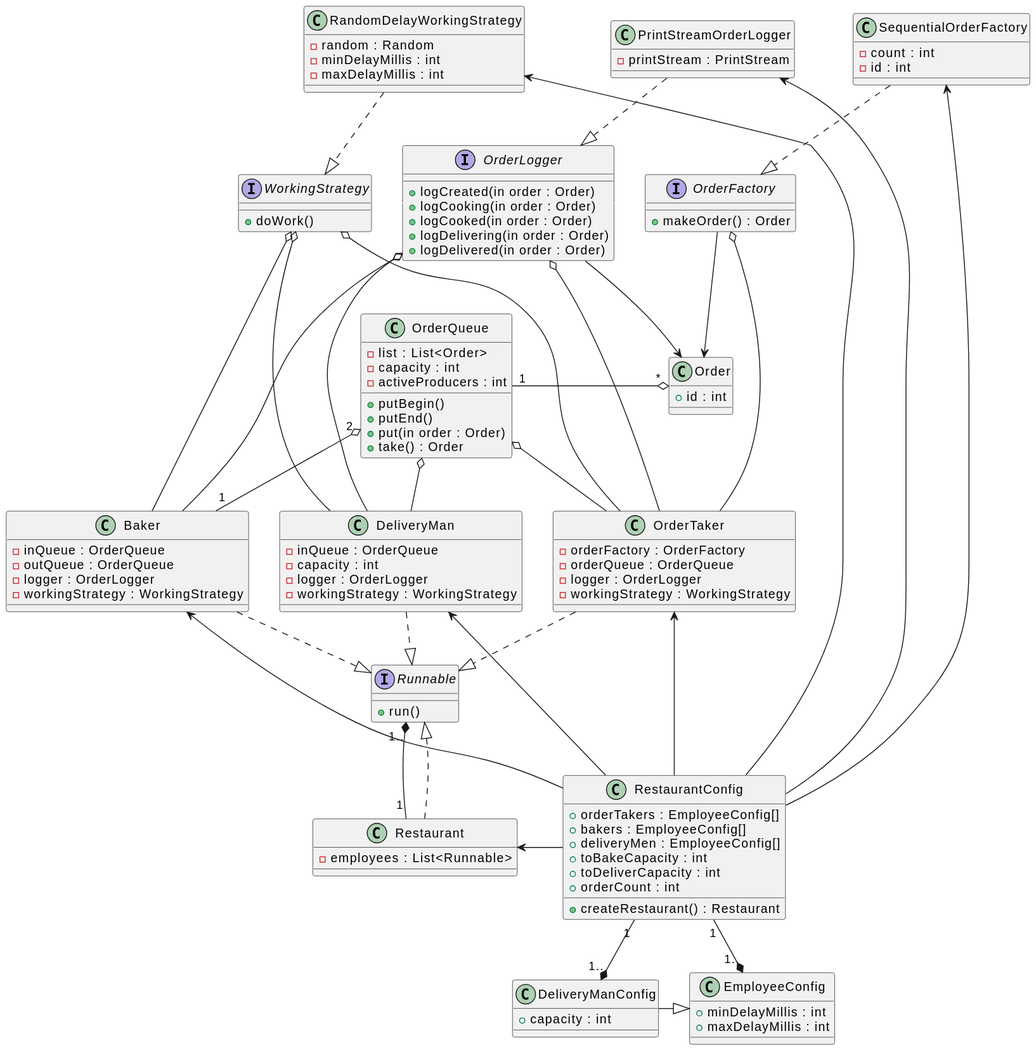
Earlier version of the PlantUML export Task_2_2_1/assets/class_diagram.svg (aelsi2/OOP). Source of this version:
```plantuml
@startuml
interface Runnable {
  +run()
}

class Baker {
  -inQueue : OrderQueue
  -outQueue : OrderQueue
  -logger : OrderLogger
  -workingStrategy : WorkingStrategy
}

class DeliveryMan {
  -inQueue : OrderQueue
  -capacity : int
  -logger : OrderLogger
  -workingStrategy : WorkingStrategy
}

class OrderTaker {
  -orderFactory : OrderFactory
  -orderQueue : OrderQueue
  -logger : OrderLogger
  -workingStrategy : WorkingStrategy
}

class Restaurant {
  -employees : List<Runnable>
}

class OrderQueue {
  -list : List<Order>
  -capacity : int
  -activeProducers : int

  +putBegin()
  +putEnd()
  +put(in order : Order)
  +take() : Order
}

class Order {
  +id : int
}

interface OrderLogger {
  +logCreated(in order : Order)
  +logCooking(in order : Order)
  +logCooked(in order : Order)
  +logDelivering(in order : Order)
  +logDelivered(in order : Order)
}
interface OrderFactory {
  +makeOrder() : Order
}
interface WorkingStrategy {
  +doWork()
}

class PrintStreamOrderLogger {
  -printStream : PrintStream
}

class RandomDelayWorkingStrategy {
  -random : Random
  -minDelayMillis : int
  -maxDelayMillis : int
}

class SequentialOrderFactory {
  -count : int
  -id : int
}

class RestaurantConfig {
  +orderTakers : EmployeeConfig[]
  +bakers : EmployeeConfig[]
  +deliveryMen : EmployeeConfig[]
  +toBakeCapacity : int
  +toDeliverCapacity : int
  +orderCount : int
  +createRestaurant() : Restaurant
}

class EmployeeConfig {
  +minDelayMillis : int
  +maxDelayMillis : int
}

class DeliveryManConfig {
  +capacity : int
}

Order "*" o-r- "1" OrderQueue

OrderQueue o-d-  OrderTaker
OrderQueue "2" o-d- "1"  Baker
OrderQueue o-d- DeliveryMan

OrderLogger o-- OrderTaker
OrderLogger o-- Baker
OrderLogger o-- DeliveryMan

WorkingStrategy o-d- OrderTaker
WorkingStrategy o-d- Baker
WorkingStrategy o-d- DeliveryMan

OrderFactory o-- OrderTaker

Order <-u- OrderLogger
Order <-u- OrderFactory

Runnable "1.." *-- "1" Restaurant

WorkingStrategy <|.u. RandomDelayWorkingStrategy
OrderLogger <|.u. PrintStreamOrderLogger
Runnable <|.d. Restaurant
Runnable <|.u. Baker
Runnable <|.u. DeliveryMan
Runnable <|.u. OrderTaker

WorkingStrategy -r[#hidden]-> OrderLogger
OrderFactory -l[#hidden]-> OrderLogger

OrderFactory <|.u. SequentialOrderFactory

Restaurant <-r- RestaurantConfig
OrderTaker <-r- RestaurantConfig
Baker <-r- RestaurantConfig
DeliveryMan <-r- RestaurantConfig
RandomDelayWorkingStrategy <-- RestaurantConfig
SequentialOrderFactory <-- RestaurantConfig
PrintStreamOrderLogger <-- RestaurantConfig

EmployeeConfig <|-l- DeliveryManConfig
DeliveryManConfig "1.." *-u- "1" RestaurantConfig
EmployeeConfig "1.." *-- "1" RestaurantConfig
@enduml
```
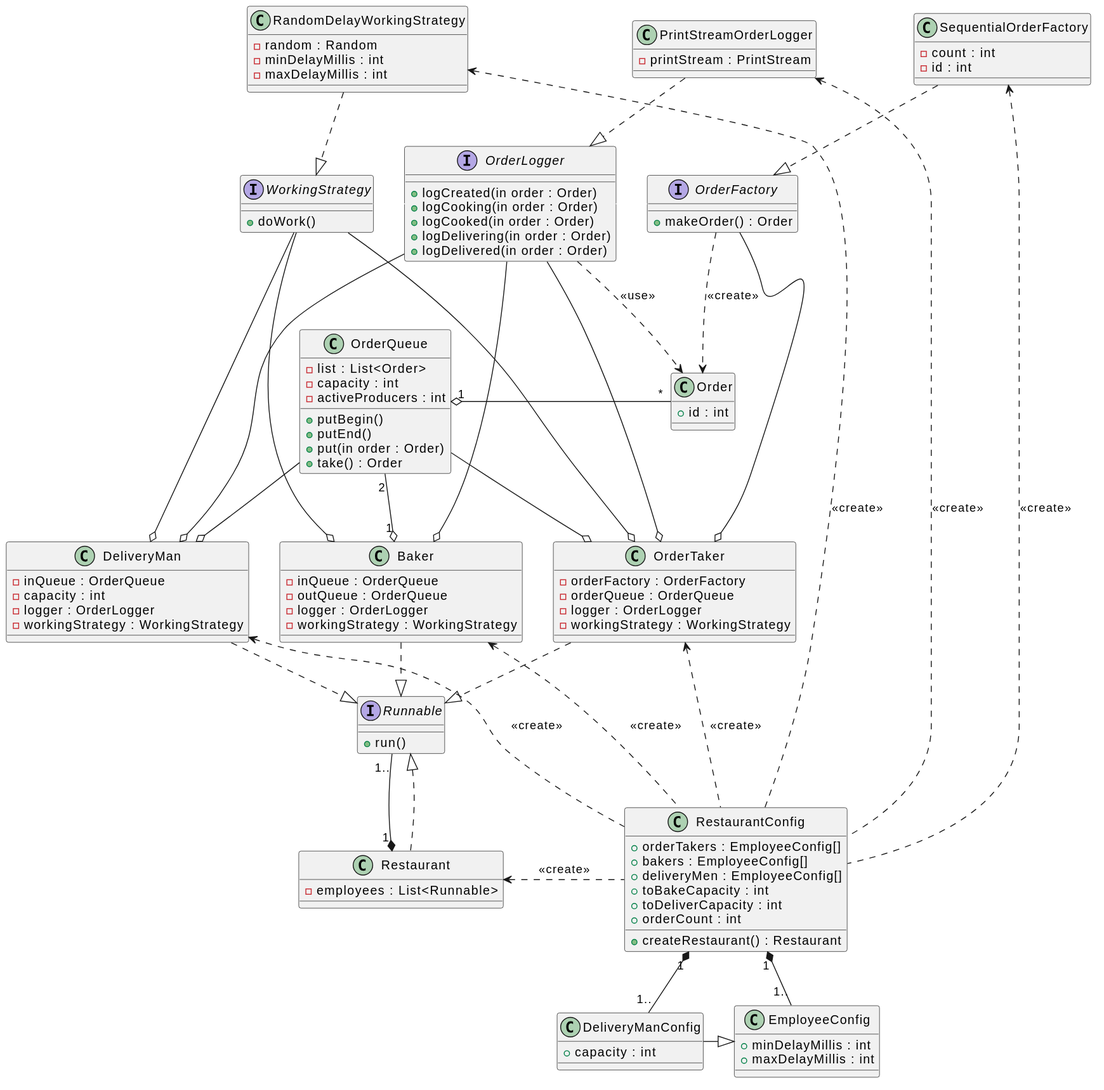
Above is the later version.

Commit message:
fix UML diagram

What changed in the source:
```diff
@@ -91,26 +91,26 @@
   +capacity : int
 }
 
-Order "*" o-r- "1" OrderQueue
+Order "*" -r-o "1" OrderQueue
 
-OrderQueue o-d-  OrderTaker
-OrderQueue "2" o-d- "1"  Baker
-OrderQueue o-d- DeliveryMan
+OrderQueue -d-o  OrderTaker
+OrderQueue "2" -d-o "1"  Baker
+OrderQueue -d-o DeliveryMan
 
-OrderLogger o-- OrderTaker
-OrderLogger o-- Baker
-OrderLogger o-- DeliveryMan
+OrderLogger --o OrderTaker
+OrderLogger --o Baker
+OrderLogger --o DeliveryMan
 
-WorkingStrategy o-d- OrderTaker
-WorkingStrategy o-d- Baker
-WorkingStrategy o-d- DeliveryMan
+WorkingStrategy -d-o OrderTaker
+WorkingStrategy -d-o Baker
+WorkingStrategy -d-o DeliveryMan
 
-OrderFactory o-- OrderTaker
+OrderFactory --o OrderTaker
 
-Order <-u- OrderLogger
-Order <-u- OrderFactory
+Order <.u. OrderLogger : <<use>>
+Order <.u. OrderFactory : <<create>>
 
-Runnable "1.." *-- "1" Restaurant
+Runnable "1.." --* "1" Restaurant
 
 WorkingStrategy <|.u. RandomDelayWorkingStrategy
 OrderLogger <|.u. PrintStreamOrderLogger
@@ -124,15 +124,15 @@
 
 OrderFactory <|.u. SequentialOrderFactory
 
-Restaurant <-r- RestaurantConfig
-OrderTaker <-r- RestaurantConfig
-Baker <-r- RestaurantConfig
-DeliveryMan <-r- RestaurantConfig
-RandomDelayWorkingStrategy <-- RestaurantConfig
-SequentialOrderFactory <-- RestaurantConfig
-PrintStreamOrderLogger <-- RestaurantConfig
+Restaurant <.r. RestaurantConfig : <<create>>
+OrderTaker <.r. RestaurantConfig : <<create>>
+Baker <.r. RestaurantConfig : <<create>>
+DeliveryMan <.r. RestaurantConfig : <<create>>
+RandomDelayWorkingStrategy <.. RestaurantConfig  : <<create>>
+SequentialOrderFactory <.. RestaurantConfig  : <<create>>
+PrintStreamOrderLogger <.. RestaurantConfig : <<create>>
 
 EmployeeConfig <|-l- DeliveryManConfig
-DeliveryManConfig "1.." *-u- "1" RestaurantConfig
-EmployeeConfig "1.." *-- "1" RestaurantConfig
+DeliveryManConfig "1.." -u-* "1" RestaurantConfig
+EmployeeConfig "1.." --* "1" RestaurantConfig
 @enduml
```
